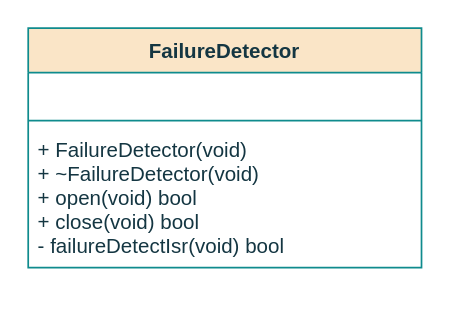
Earlier version of the draw.io diagram page "classFailure" (7 of 7) of project/report/flowcharts/Sensors.drawio (ESRGgroup9/slipad). Source tidied: cells renumbered, new cells numbered last; positions are measured from the earlier drawing's top-left corner, leaving out a move shared by most shapes. Both pictures are drawn from the tidied source at 171%, with x=0, y=0 at pixel (27, 27).
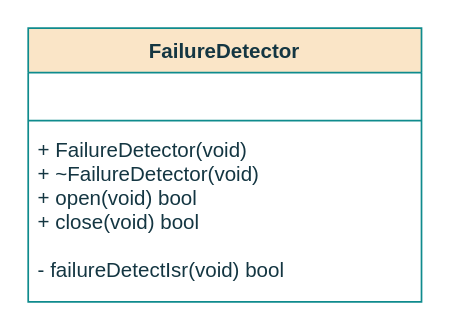
The same page after the edit.

Change to the diagram source:
```diff
@@
 <mxGraphModel>
   <root>
     <mxCell id="0" />
     <mxCell id="1" parent="0" />
     <mxCell id="2" value="FailureDetector" style="swimlane;fontStyle=1;align=center;verticalAlign=top;horizontal=1;startSize=26;fillColor=#FAE5C7;strokeColor=#0F8B8D;fontColor=#143642;" parent="1" vertex="1">
-      <mxGeometry width="230" height="140" as="geometry" />
+      <mxGeometry width="230" height="160" as="geometry" />
     </mxCell>
     <mxCell id="3" value="&#10;" style="text;strokeColor=none;fillColor=none;align=left;verticalAlign=top;spacingLeft=4;spacingRight=4;overflow=hidden;fontColor=#143642;" parent="2" vertex="1">
       <mxGeometry y="26" width="230" height="24" as="geometry" />
     </mxCell>
     <mxCell id="4" style="line;strokeWidth=1;fillColor=none;align=left;verticalAlign=middle;spacingTop=-1;spacingLeft=3;spacingRight=3;labelPosition=right;labelBackgroundColor=#DAD2D8;strokeColor=#0F8B8D;fontColor=#143642;" parent="2" vertex="1">
       <mxGeometry y="50" width="230" height="8" as="geometry" />
     </mxCell>
-    <mxCell id="5" value="+ FailureDetector(void)&#10;+ ~FailureDetector(void)&#10;+ open(void) bool&#10;+ close(void) bool&#10;- failureDetectIsr(void) bool" style="text;strokeColor=none;fillColor=none;align=left;verticalAlign=top;spacingLeft=4;spacingRight=4;overflow=hidden;fontColor=#143642;spacing=2;fontStyle=0;" parent="2" vertex="1">
-      <mxGeometry y="58" width="230" height="82" as="geometry" />
+    <mxCell id="5" value="+ FailureDetector(void)&#10;+ ~FailureDetector(void)&#10;+ open(void) bool&#10;+ close(void) bool&#10;&#10;- failureDetectIsr(void) bool" style="text;strokeColor=none;fillColor=none;align=left;verticalAlign=top;spacingLeft=4;spacingRight=4;overflow=hidden;fontColor=#143642;spacing=2;fontStyle=0;" parent="2" vertex="1">
+      <mxGeometry y="58" width="230" height="102" as="geometry" />
     </mxCell>
   </root>
 </mxGraphModel>
```
